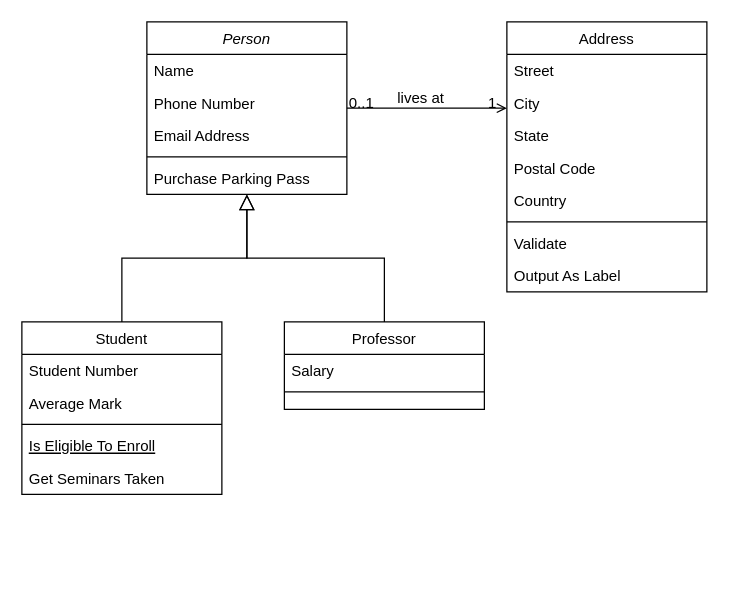
Earlier version of the draw.io diagram Diagrama sin título.drawio (SebastianFGarcia/SebastianFGarcia). Source tidied: cells renumbered, new cells numbered last; positions are measured from the earlier drawing's top-left corner, leaving out a move shared by most shapes. Both pictures are drawn from the tidied source at 125%, with x=0, y=0 at pixel (21, 21).
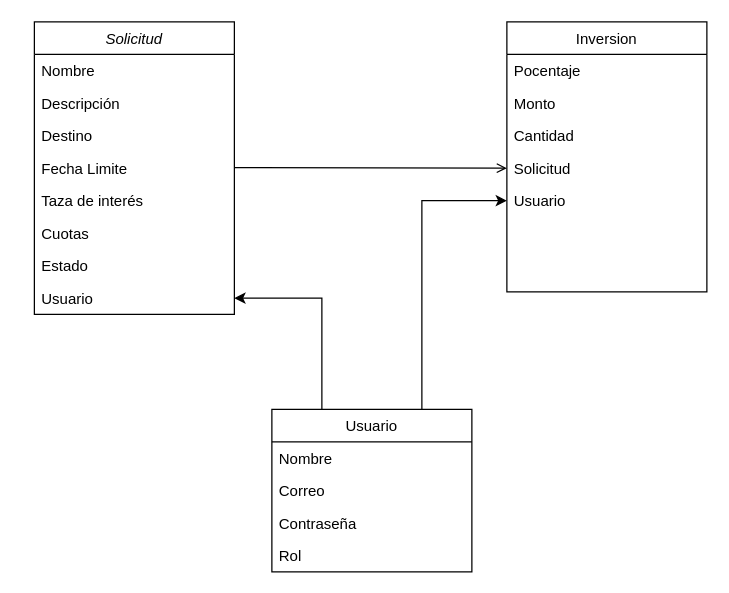
Above is the later version.

What changed in the source:
```diff
@@
-    <mxCell id="2" value="Person" style="swimlane;fontStyle=2;align=center;verticalAlign=top;horizontal=1;startSize=26;rounded=0;shadow=0;strokeWidth=1;" parent="1" vertex="1">
-      <mxGeometry x="100" width="160" height="138" as="geometry" />
+    <mxCell id="2" value="Solicitud" style="swimlane;fontStyle=2;align=center;verticalAlign=top;horizontal=1;startSize=26;rounded=0;shadow=0;strokeWidth=1;" parent="1" vertex="1">
+      <mxGeometry x="10" width="160" height="234" as="geometry" />
     </mxCell>
-    <mxCell id="3" value="Name" style="text;align=left;verticalAlign=top;spacingLeft=4;spacingRight=4;overflow=hidden;" parent="2" vertex="1">
+    <mxCell id="3" value="Nombre" style="text;align=left;verticalAlign=top;spacingLeft=4;spacingRight=4;overflow=hidden;" parent="2" vertex="1">
       <mxGeometry y="26" width="160" height="26" as="geometry" />
     </mxCell>
-    <mxCell id="4" value="Phone Number" style="text;align=left;verticalAlign=top;spacingLeft=4;spacingRight=4;overflow=hidden;rounded=0;shadow=0;html=0;" parent="2" vertex="1">
+    <mxCell id="4" value="Descripción " style="text;align=left;verticalAlign=top;spacingLeft=4;spacingRight=4;overflow=hidden;rounded=0;shadow=0;html=0;" parent="2" vertex="1">
       <mxGeometry y="52" width="160" height="26" as="geometry" />
     </mxCell>
-    <mxCell id="5" value="Email Address" style="text;align=left;verticalAlign=top;spacingLeft=4;spacingRight=4;overflow=hidden;rounded=0;shadow=0;html=0;" parent="2" vertex="1">
+    <mxCell id="5" value="Destino" style="text;align=left;verticalAlign=top;spacingLeft=4;spacingRight=4;overflow=hidden;rounded=0;shadow=0;html=0;" parent="2" vertex="1">
       <mxGeometry y="78" width="160" height="26" as="geometry" />
     </mxCell>
-    <mxCell id="6" style="line;html=1;strokeWidth=1;align=left;verticalAlign=middle;spacingTop=-1;spacingLeft=3;spacingRight=3;labelPosition=right;" parent="2" vertex="1">
-      <mxGeometry y="104" width="160" height="8" as="geometry" />
-    </mxCell>
-    <mxCell id="7" value="Purchase Parking Pass" style="text;align=left;verticalAlign=top;spacingLeft=4;spacingRight=4;overflow=hidden;" parent="2" vertex="1">
-      <mxGeometry y="112" width="160" height="26" as="geometry" />
-    </mxCell>
+    <mxCell id="32" value="Fecha Limite" style="text;align=left;verticalAlign=top;spacingLeft=4;spacingRight=4;overflow=hidden;rounded=0;shadow=0;html=0;" parent="2" vertex="1">
+      <mxGeometry y="104" width="160" height="26" as="geometry" />
+    </mxCell>
+    <mxCell id="33" value="Taza de interés" style="text;align=left;verticalAlign=top;spacingLeft=4;spacingRight=4;overflow=hidden;rounded=0;shadow=0;html=0;" parent="2" vertex="1">
+      <mxGeometry y="130" width="160" height="26" as="geometry" />
+    </mxCell>
+    <mxCell id="34" value="Cuotas" style="text;align=left;verticalAlign=top;spacingLeft=4;spacingRight=4;overflow=hidden;rounded=0;shadow=0;html=0;" parent="2" vertex="1">
+      <mxGeometry y="156" width="160" height="26" as="geometry" />
+    </mxCell>
+    <mxCell id="35" value="Estado" style="text;align=left;verticalAlign=top;spacingLeft=4;spacingRight=4;overflow=hidden;rounded=0;shadow=0;html=0;" parent="2" vertex="1">
+      <mxGeometry y="182" width="160" height="26" as="geometry" />
+    </mxCell>
+    <mxCell id="36" value="Usuario" style="text;align=left;verticalAlign=top;spacingLeft=4;spacingRight=4;overflow=hidden;points=[[0,0.5],[1,0.5]];portConstraint=eastwest;rounded=0;shadow=0;html=0;" parent="2" vertex="1">
+      <mxGeometry y="208" width="160" height="26" as="geometry" />
+    </mxCell>
-    <mxCell id="8" value="Student" style="swimlane;fontStyle=0;align=center;verticalAlign=top;horizontal=1;startSize=26;rounded=0;shadow=0;strokeWidth=1;" parent="1" vertex="1">
-      <mxGeometry y="240" width="160" height="138" as="geometry" />
+    <mxCell id="8" value="Usuario" style="swimlane;fontStyle=0;align=center;verticalAlign=top;horizontal=1;startSize=26;rounded=0;shadow=0;strokeWidth=1;" parent="1" vertex="1">
+      <mxGeometry x="200" y="310" width="160" height="130" as="geometry" />
     </mxCell>
-    <mxCell id="9" value="Student Number" style="text;align=left;verticalAlign=top;spacingLeft=4;spacingRight=4;overflow=hidden;" parent="8" vertex="1">
+    <mxCell id="9" value="Nombre" style="text;align=left;verticalAlign=top;spacingLeft=4;spacingRight=4;overflow=hidden;" parent="8" vertex="1">
       <mxGeometry y="26" width="160" height="26" as="geometry" />
     </mxCell>
-    <mxCell id="10" value="Average Mark" style="text;align=left;verticalAlign=top;spacingLeft=4;spacingRight=4;overflow=hidden;rounded=0;shadow=0;html=0;" parent="8" vertex="1">
+    <mxCell id="10" value="Correo " style="text;align=left;verticalAlign=top;spacingLeft=4;spacingRight=4;overflow=hidden;rounded=0;shadow=0;html=0;" parent="8" vertex="1">
       <mxGeometry y="52" width="160" height="26" as="geometry" />
     </mxCell>
-    <mxCell id="11" style="line;html=1;strokeWidth=1;align=left;verticalAlign=middle;spacingTop=-1;spacingLeft=3;spacingRight=3;labelPosition=right;" parent="8" vertex="1">
-      <mxGeometry y="78" width="160" height="8" as="geometry" />
-    </mxCell>
-    <mxCell id="12" value="Is Eligible To Enroll" style="text;align=left;verticalAlign=top;spacingLeft=4;spacingRight=4;overflow=hidden;fontStyle=4;" parent="8" vertex="1">
-      <mxGeometry y="86" width="160" height="26" as="geometry" />
-    </mxCell>
-    <mxCell id="13" value="Get Seminars Taken" style="text;align=left;verticalAlign=top;spacingLeft=4;spacingRight=4;overflow=hidden;" parent="8" vertex="1">
-      <mxGeometry y="112" width="160" height="26" as="geometry" />
-    </mxCell>
-    <mxCell id="14" style="endArrow=block;endSize=10;endFill=0;shadow=0;strokeWidth=1;rounded=0;edgeStyle=elbowEdgeStyle;elbow=vertical;" parent="1" edge="1" source="8" target="2">
-      <mxGeometry relative="1" as="geometry" />
-    </mxCell>
-    <mxCell id="15" value="Professor" style="swimlane;fontStyle=0;align=center;verticalAlign=top;horizontal=1;startSize=26;rounded=0;shadow=0;strokeWidth=1;" parent="1" vertex="1">
-      <mxGeometry x="210" y="240" width="160" height="70" as="geometry" />
-    </mxCell>
-    <mxCell id="16" value="Salary" style="text;align=left;verticalAlign=top;spacingLeft=4;spacingRight=4;overflow=hidden;" parent="15" vertex="1">
-      <mxGeometry y="26" width="160" height="26" as="geometry" />
-    </mxCell>
-    <mxCell id="17" style="line;html=1;strokeWidth=1;align=left;verticalAlign=middle;spacingTop=-1;spacingLeft=3;spacingRight=3;labelPosition=right;" parent="15" vertex="1">
-      <mxGeometry y="52" width="160" height="8" as="geometry" />
-    </mxCell>
-    <mxCell id="18" style="endArrow=block;endSize=10;endFill=0;shadow=0;strokeWidth=1;rounded=0;edgeStyle=elbowEdgeStyle;elbow=vertical;" parent="1" edge="1" source="15" target="2">
-      <mxGeometry relative="1" as="geometry" />
-    </mxCell>
+    <mxCell id="37" value="Contraseña" style="text;align=left;verticalAlign=top;spacingLeft=4;spacingRight=4;overflow=hidden;rounded=0;shadow=0;html=0;" parent="8" vertex="1">
+      <mxGeometry y="78" width="160" height="26" as="geometry" />
+    </mxCell>
+    <mxCell id="38" value="Rol" style="text;align=left;verticalAlign=top;spacingLeft=4;spacingRight=4;overflow=hidden;rounded=0;shadow=0;html=0;" parent="8" vertex="1">
+      <mxGeometry y="104" width="160" height="26" as="geometry" />
+    </mxCell>
-    <mxCell id="19" value="Address" style="swimlane;fontStyle=0;align=center;verticalAlign=top;horizontal=1;startSize=26;rounded=0;shadow=0;strokeWidth=1;" parent="1" vertex="1">
+    <mxCell id="19" value="Inversion" style="swimlane;fontStyle=0;align=center;verticalAlign=top;horizontal=1;startSize=26;rounded=0;shadow=0;strokeWidth=1;" parent="1" vertex="1">
       <mxGeometry x="388" width="160" height="216" as="geometry" />
     </mxCell>
-    <mxCell id="20" value="Street" style="text;align=left;verticalAlign=top;spacingLeft=4;spacingRight=4;overflow=hidden;" parent="19" vertex="1">
+    <mxCell id="20" value="Pocentaje" style="text;align=left;verticalAlign=top;spacingLeft=4;spacingRight=4;overflow=hidden;" parent="19" vertex="1">
       <mxGeometry y="26" width="160" height="26" as="geometry" />
     </mxCell>
-    <mxCell id="21" value="City" style="text;align=left;verticalAlign=top;spacingLeft=4;spacingRight=4;overflow=hidden;rounded=0;shadow=0;html=0;" parent="19" vertex="1">
+    <mxCell id="21" value="Monto" style="text;align=left;verticalAlign=top;spacingLeft=4;spacingRight=4;overflow=hidden;rounded=0;shadow=0;html=0;" parent="19" vertex="1">
       <mxGeometry y="52" width="160" height="26" as="geometry" />
     </mxCell>
-    <mxCell id="22" value="State" style="text;align=left;verticalAlign=top;spacingLeft=4;spacingRight=4;overflow=hidden;rounded=0;shadow=0;html=0;" parent="19" vertex="1">
+    <mxCell id="22" value="Cantidad" style="text;align=left;verticalAlign=top;spacingLeft=4;spacingRight=4;overflow=hidden;rounded=0;shadow=0;html=0;" parent="19" vertex="1">
       <mxGeometry y="78" width="160" height="26" as="geometry" />
     </mxCell>
+    <mxCell id="24" value="Solicitud" style="text;align=left;verticalAlign=top;spacingLeft=4;spacingRight=4;overflow=hidden;rounded=0;shadow=0;html=0;" parent="19" vertex="1">
+      <mxGeometry y="104" width="160" height="26" as="geometry" />
+    </mxCell>
-    <mxCell id="23" value="Postal Code" style="text;align=left;verticalAlign=top;spacingLeft=4;spacingRight=4;overflow=hidden;points=[[0,0.5],[1,0.5]];portConstraint=eastwest;rounded=0;shadow=0;html=0;" parent="19" vertex="1">
-      <mxGeometry y="104" width="160" height="26" as="geometry" />
+    <mxCell id="23" value="Usuario" style="text;align=left;verticalAlign=top;spacingLeft=4;spacingRight=4;overflow=hidden;points=[[0,0.5],[1,0.5]];portConstraint=eastwest;rounded=0;shadow=0;html=0;" parent="19" vertex="1">
+      <mxGeometry y="130" width="160" height="26" as="geometry" />
     </mxCell>
-    <mxCell id="24" value="Country" style="text;align=left;verticalAlign=top;spacingLeft=4;spacingRight=4;overflow=hidden;rounded=0;shadow=0;html=0;" parent="19" vertex="1">
-      <mxGeometry y="130" width="160" height="26" as="geometry" />
-    </mxCell>
-    <mxCell id="25" style="line;html=1;strokeWidth=1;align=left;verticalAlign=middle;spacingTop=-1;spacingLeft=3;spacingRight=3;labelPosition=right;" parent="19" vertex="1">
-      <mxGeometry y="156" width="160" height="8" as="geometry" />
-    </mxCell>
-    <mxCell id="26" value="Validate" style="text;align=left;verticalAlign=top;spacingLeft=4;spacingRight=4;overflow=hidden;" parent="19" vertex="1">
-      <mxGeometry y="164" width="160" height="26" as="geometry" />
-    </mxCell>
-    <mxCell id="27" value="Output As Label" style="text;align=left;verticalAlign=top;spacingLeft=4;spacingRight=4;overflow=hidden;" parent="19" vertex="1">
-      <mxGeometry y="190" width="160" height="26" as="geometry" />
-    </mxCell>
-    <mxCell id="28" style="endArrow=open;shadow=0;strokeWidth=1;rounded=0;endFill=1;edgeStyle=elbowEdgeStyle;elbow=vertical;" parent="1" edge="1" source="2" target="19">
+    <mxCell id="28" style="endArrow=open;shadow=0;strokeWidth=1;rounded=0;endFill=1;edgeStyle=elbowEdgeStyle;elbow=vertical;" parent="1" edge="1">
       <mxGeometry x="0.5" y="41" relative="1" as="geometry">
+        <mxPoint x="170" y="116.5" as="sourcePoint" />
+        <mxPoint x="388" y="116.5" as="targetPoint" />
         <mxPoint x="-40" y="32" as="offset" />
       </mxGeometry>
     </mxCell>
-    <mxCell id="29" value="0..1" style="align=left;verticalAlign=bottom;labelBackgroundColor=none;fontSize=12;" parent="28" vertex="1">
-      <mxGeometry x="-1" relative="1" as="geometry">
-        <mxPoint y="4" as="offset" />
-      </mxGeometry>
-    </mxCell>
-    <mxCell id="30" value="1" style="align=right;verticalAlign=bottom;labelBackgroundColor=none;fontSize=12;" parent="28" vertex="1">
-      <mxGeometry x="1" relative="1" as="geometry">
-        <mxPoint x="-7" y="4" as="offset" />
-      </mxGeometry>
-    </mxCell>
-    <mxCell id="31" value="lives at" style="text;html=1;align=center;verticalAlign=middle;labelBackgroundColor=none;rounded=0;shadow=0;strokeWidth=1;fontSize=12;" parent="28" vertex="1">
-      <mxGeometry x="0.5" y="49" relative="1" as="geometry">
-        <mxPoint x="-38" y="40" as="offset" />
-      </mxGeometry>
-    </mxCell>
+    <mxCell id="39" style="endArrow=classic;html=1;rounded=0;exitX=0.25;exitY=0;exitDx=0;exitDy=0;edgeStyle=elbowEdgeStyle;entryX=1;entryY=0.5;entryDx=0;entryDy=0;" parent="1" edge="1" source="8" target="36">
+      <mxGeometry relative="1" as="geometry">
+        <Array as="points">
+          <mxPoint x="240" y="270" />
+        </Array>
+      </mxGeometry>
+    </mxCell>
+    <mxCell id="40" style="endArrow=classic;html=1;rounded=0;exitX=0.75;exitY=0;exitDx=0;exitDy=0;edgeStyle=elbowEdgeStyle;entryX=0;entryY=0.5;entryDx=0;entryDy=0;" parent="1" edge="1" source="8" target="23">
+      <mxGeometry relative="1" as="geometry">
+        <Array as="points">
+          <mxPoint x="320" y="230" />
+        </Array>
+      </mxGeometry>
+    </mxCell>
```
